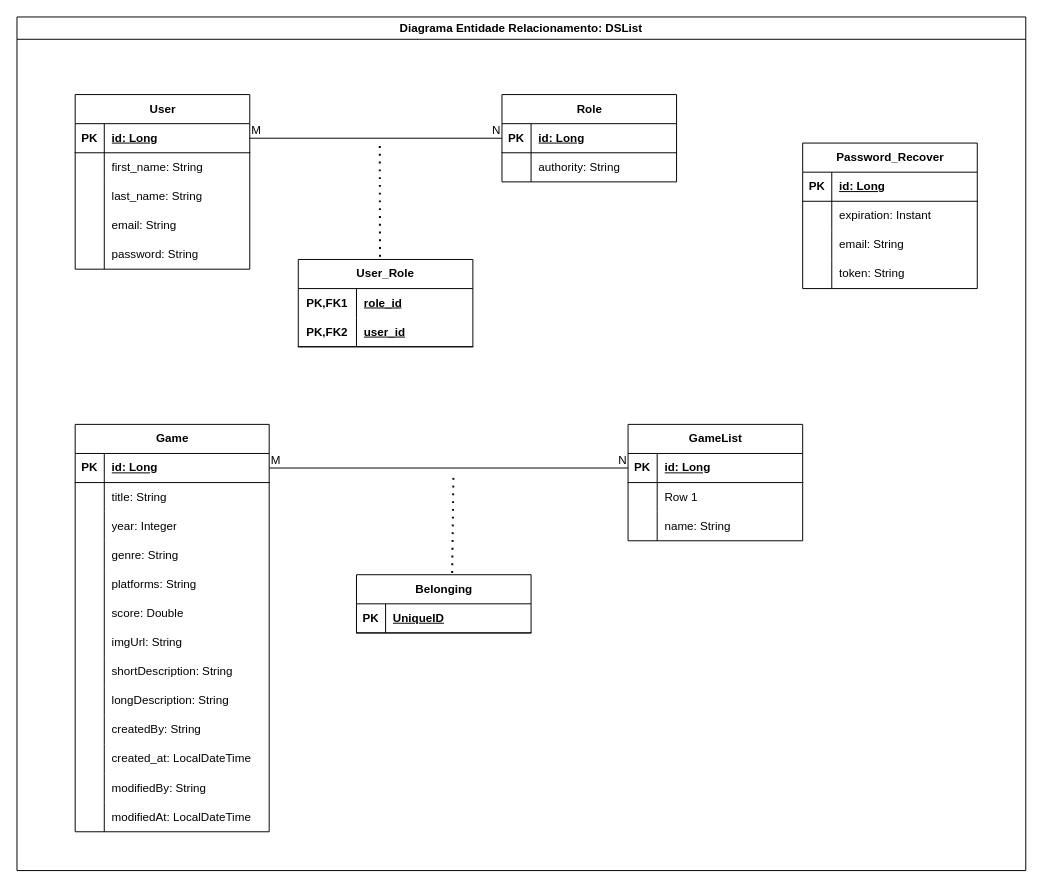
The draw.io diagram src/main/resources/diagrams/DER.drawio in fabioallima/list, before the edit. Source tidied: cells renumbered, new cells numbered last; positions are measured from the earlier drawing's top-left corner, leaving out a move shared by most shapes. Both pictures are drawn from the tidied source at 97%, with x=0, y=0 at pixel (16, 16).
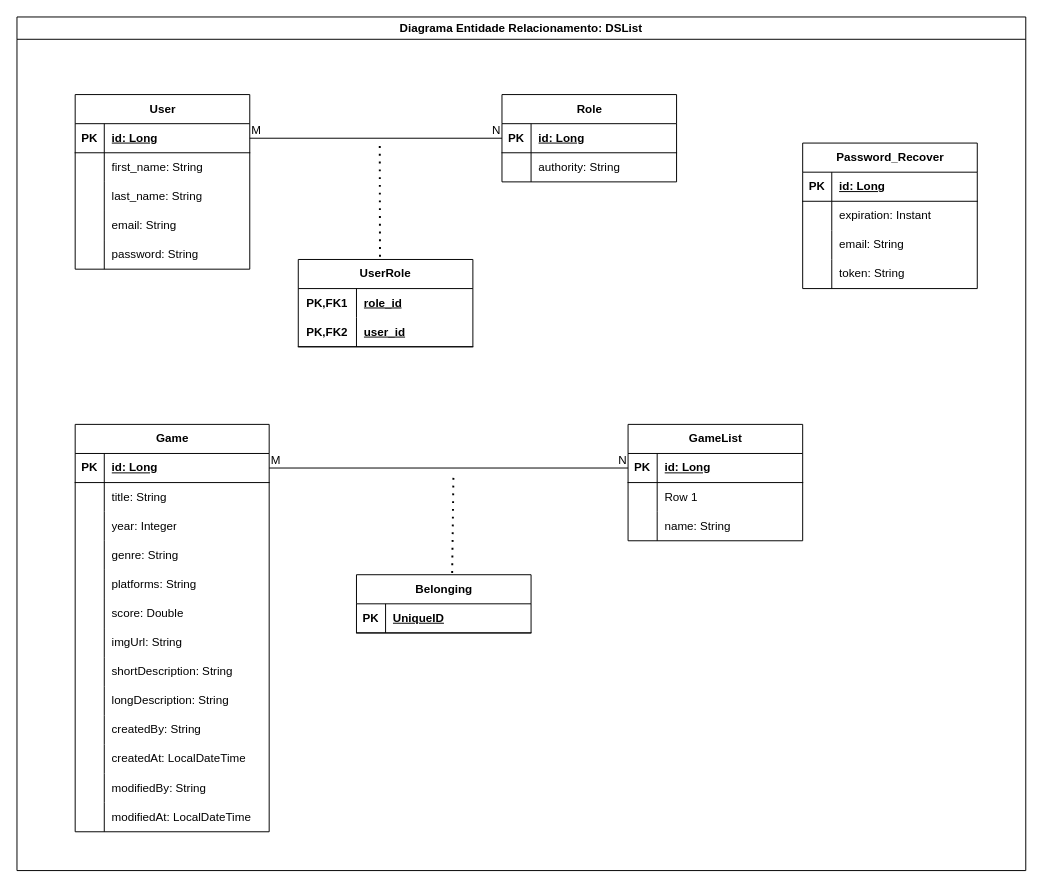
The same page after the edit.

Unchanged cells that the change refers to:
```xml
<mxCell id="33" style="shape=tableRow;horizontal=0;startSize=0;swimlaneHead=0;swimlaneBody=0;fillColor=none;top=0;left=0;right=0;bottom=0;" parent="2" vertex="1">
  <mxGeometry y="330" width="200" height="30" as="geometry" />
</mxCell>
```

What changed in the source:
```diff
@@
-    <mxCell id="35" value="created_at: LocalDateTime" style="shape=partialRectangle;fillColor=none;top=0;left=0;bottom=0;right=0;align=left;spacingLeft=6;overflow=hidden;whiteSpace=wrap;html=1;" parent="33" vertex="1">
+    <mxCell id="35" value="createdAt: LocalDateTime" style="shape=partialRectangle;fillColor=none;top=0;left=0;bottom=0;right=0;align=left;spacingLeft=6;overflow=hidden;whiteSpace=wrap;html=1;" parent="33" vertex="1">
       <mxGeometry x="30" width="170" height="30" as="geometry" />
     </mxCell>
@@
-    <mxCell id="83" value="User_Role" style="shape=table;startSize=30;childLayout=tableLayout;rowLines=0;fontStyle=1;align=center;html=1;whiteSpace=wrap;" parent="1" vertex="1">
+    <mxCell id="83" value="UserRole" style="shape=table;startSize=30;childLayout=tableLayout;rowLines=0;fontStyle=1;align=center;html=1;whiteSpace=wrap;" parent="1" vertex="1">
       <mxGeometry x="290" y="250" width="180" height="90" as="geometry" />
     </mxCell>
```
